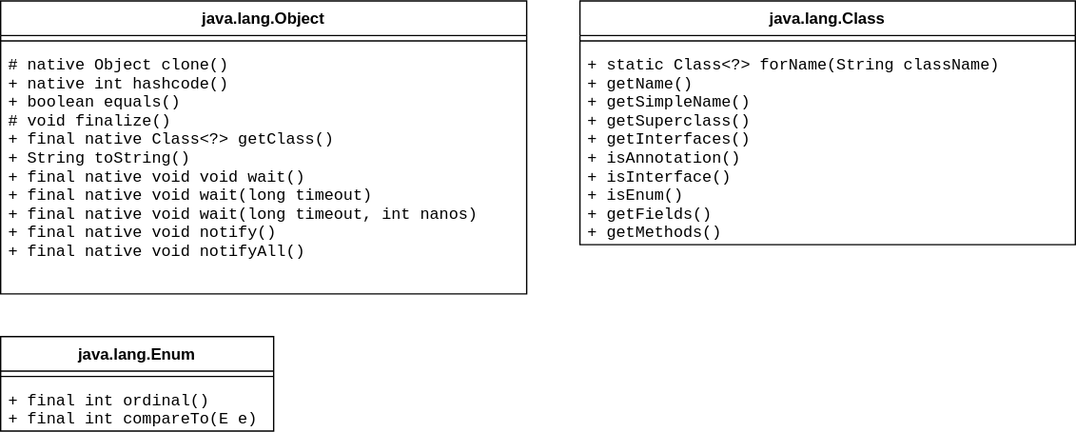
The draw.io diagram files/language/java/class.drawio.svg in yangdj/tf_docs, before a commit. Source tidied: cells renumbered, new cells last; positions are measured from the earlier drawing's top-left corner, leaving out a move shared by most shapes. Its diagram source:
```xml
<mxGraphModel>
  <root>
    <mxCell id="0" />
    <mxCell id="1" parent="0" />
    <mxCell id="2" value="java.lang.Object" style="swimlane;fontStyle=1;align=center;verticalAlign=top;horizontal=1;startSize=26;" parent="1" vertex="1">
      <mxGeometry width="395" height="220" as="geometry" />
    </mxCell>
    <mxCell id="3" style="line;strokeWidth=1;fillColor=none;align=left;verticalAlign=middle;spacingTop=-1;spacingLeft=3;spacingRight=3;labelPosition=right;" parent="2" vertex="1">
      <mxGeometry y="26" width="395" height="8" as="geometry" />
    </mxCell>
    <mxCell id="4" value="# native Object clone()&#10;+ native int hashcode()&#10;+ boolean equals()&#10;# void finalize()&#10;+ final native Class&lt;?&gt; getClass()&#10;+ String toString()&#10;+ final native void void wait()&#10;+ final native void wait(long timeout)&#10;+ final native void wait(long timeout, int nanos)&#10;+ final native void notify()&#10;+ final native void notifyAll()&#10;&#10;&#10;" style="text;strokeColor=none;fillColor=none;align=left;verticalAlign=top;spacingLeft=4;spacingRight=4;overflow=hidden;fontFamily=Courier New;" parent="2" vertex="1">
      <mxGeometry y="34" width="395" height="186" as="geometry" />
    </mxCell>
    <mxCell id="5" value="java.lang.Class" style="swimlane;fontStyle=1;align=center;verticalAlign=top;horizontal=1;startSize=26;" parent="1" vertex="1">
      <mxGeometry x="435" width="372" height="183" as="geometry" />
    </mxCell>
    <mxCell id="6" style="line;strokeWidth=1;fillColor=none;align=left;verticalAlign=middle;spacingTop=-1;spacingLeft=3;spacingRight=3;labelPosition=right;" parent="5" vertex="1">
      <mxGeometry y="26" width="372" height="8" as="geometry" />
    </mxCell>
    <mxCell id="7" value="+ static Class&lt;?&gt; forName(String className)&#10;+ getName()&#10;+ getSimpleName()&#10;+ getSuperclass()&#10;+ getInterfaces()&#10;+ isAnnotation()&#10;+ isInterface()&#10;+ isEnum()&#10;+ getFields()&#10;+ getMethods()" style="text;strokeColor=none;fillColor=none;align=left;verticalAlign=top;spacingLeft=4;spacingRight=4;overflow=hidden;fontFamily=Courier New;" parent="5" vertex="1">
      <mxGeometry y="34" width="372" height="149" as="geometry" />
    </mxCell>
    <mxCell id="8" value="java.lang.Enum" style="swimlane;fontStyle=1;align=center;verticalAlign=top;horizontal=1;startSize=26;spacingBottom=8;" parent="1" vertex="1">
      <mxGeometry y="252" width="205" height="71" as="geometry" />
    </mxCell>
    <mxCell id="9" style="line;strokeWidth=1;fillColor=none;align=left;verticalAlign=middle;spacingTop=-1;spacingLeft=3;spacingRight=3;labelPosition=right;" parent="8" vertex="1">
      <mxGeometry y="26" width="205" height="8" as="geometry" />
    </mxCell>
    <mxCell id="10" value="+ final int ordinal()&#10;+ final int compareTo(E e)&#10;" style="text;strokeColor=none;fillColor=none;align=left;verticalAlign=top;spacingLeft=4;spacingRight=4;overflow=hidden;fontFamily=Courier New;spacingBottom=5;" parent="8" vertex="1">
      <mxGeometry y="34" width="205" height="37" as="geometry" />
    </mxCell>
  </root>
</mxGraphModel>
```
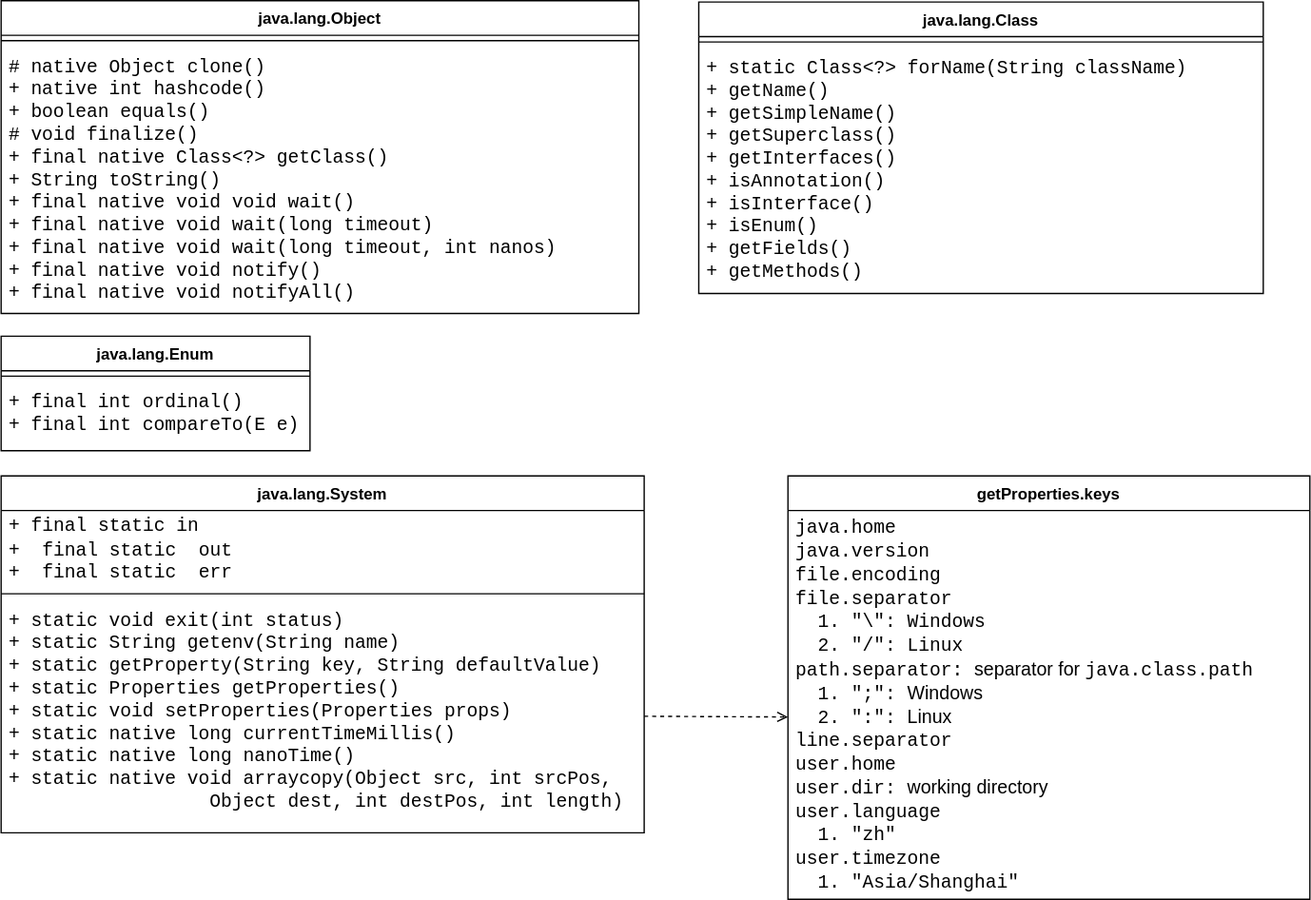
After the commit.

Change to the diagram source:
```diff
@@ -3,31 +3,52 @@
     <mxCell id="0" />
     <mxCell id="1" parent="0" />
     <mxCell id="2" value="java.lang.Object" style="swimlane;fontStyle=1;align=center;verticalAlign=top;horizontal=1;startSize=26;" parent="1" vertex="1">
-      <mxGeometry width="395" height="220" as="geometry" />
+      <mxGeometry width="479" height="235" as="geometry" />
     </mxCell>
     <mxCell id="3" style="line;strokeWidth=1;fillColor=none;align=left;verticalAlign=middle;spacingTop=-1;spacingLeft=3;spacingRight=3;labelPosition=right;" parent="2" vertex="1">
-      <mxGeometry y="26" width="395" height="8" as="geometry" />
+      <mxGeometry y="26" width="479" height="8" as="geometry" />
     </mxCell>
-    <mxCell id="4" value="# native Object clone()&#10;+ native int hashcode()&#10;+ boolean equals()&#10;# void finalize()&#10;+ final native Class&lt;?&gt; getClass()&#10;+ String toString()&#10;+ final native void void wait()&#10;+ final native void wait(long timeout)&#10;+ final native void wait(long timeout, int nanos)&#10;+ final native void notify()&#10;+ final native void notifyAll()&#10;&#10;&#10;" style="text;strokeColor=none;fillColor=none;align=left;verticalAlign=top;spacingLeft=4;spacingRight=4;overflow=hidden;fontFamily=Courier New;" parent="2" vertex="1">
-      <mxGeometry y="34" width="395" height="186" as="geometry" />
+    <mxCell id="4" value="# native Object clone()&#10;+ native int hashcode()&#10;+ boolean equals()&#10;# void finalize()&#10;+ final native Class&lt;?&gt; getClass()&#10;+ String toString()&#10;+ final native void void wait()&#10;+ final native void wait(long timeout)&#10;+ final native void wait(long timeout, int nanos)&#10;+ final native void notify()&#10;+ final native void notifyAll()&#10;&#10;&#10;" style="text;strokeColor=none;fillColor=none;align=left;verticalAlign=top;spacingLeft=4;spacingRight=4;overflow=hidden;fontFamily=Courier New;fontSize=14;" parent="2" vertex="1">
+      <mxGeometry y="34" width="479" height="201" as="geometry" />
     </mxCell>
+    <mxCell id="8" value="java.lang.Enum" style="swimlane;fontStyle=1;align=center;verticalAlign=top;horizontal=1;startSize=26;spacingBottom=8;" parent="1" vertex="1">
+      <mxGeometry y="252" width="232" height="86" as="geometry" />
+    </mxCell>
+    <mxCell id="9" style="line;strokeWidth=1;fillColor=none;align=left;verticalAlign=middle;spacingTop=-1;spacingLeft=3;spacingRight=3;labelPosition=right;" parent="8" vertex="1">
+      <mxGeometry y="26" width="232" height="8" as="geometry" />
+    </mxCell>
+    <mxCell id="10" value="+ final int ordinal()&#10;+ final int compareTo(E e)&#10;" style="text;strokeColor=none;fillColor=none;align=left;verticalAlign=top;spacingLeft=4;spacingRight=4;overflow=hidden;fontFamily=Courier New;spacingBottom=5;fontSize=14;" parent="8" vertex="1">
+      <mxGeometry y="34" width="232" height="52" as="geometry" />
+    </mxCell>
     <mxCell id="5" value="java.lang.Class" style="swimlane;fontStyle=1;align=center;verticalAlign=top;horizontal=1;startSize=26;" parent="1" vertex="1">
-      <mxGeometry x="435" width="372" height="183" as="geometry" />
+      <mxGeometry x="524" y="1" width="424" height="219" as="geometry" />
     </mxCell>
     <mxCell id="6" style="line;strokeWidth=1;fillColor=none;align=left;verticalAlign=middle;spacingTop=-1;spacingLeft=3;spacingRight=3;labelPosition=right;" parent="5" vertex="1">
-      <mxGeometry y="26" width="372" height="8" as="geometry" />
+      <mxGeometry y="26" width="424" height="8" as="geometry" />
     </mxCell>
-    <mxCell id="7" value="+ static Class&lt;?&gt; forName(String className)&#10;+ getName()&#10;+ getSimpleName()&#10;+ getSuperclass()&#10;+ getInterfaces()&#10;+ isAnnotation()&#10;+ isInterface()&#10;+ isEnum()&#10;+ getFields()&#10;+ getMethods()" style="text;strokeColor=none;fillColor=none;align=left;verticalAlign=top;spacingLeft=4;spacingRight=4;overflow=hidden;fontFamily=Courier New;" parent="5" vertex="1">
-      <mxGeometry y="34" width="372" height="149" as="geometry" />
+    <mxCell id="7" value="+ static Class&lt;?&gt; forName(String className)&#10;+ getName()&#10;+ getSimpleName()&#10;+ getSuperclass()&#10;+ getInterfaces()&#10;+ isAnnotation()&#10;+ isInterface()&#10;+ isEnum()&#10;+ getFields()&#10;+ getMethods()" style="text;strokeColor=none;fillColor=none;align=left;verticalAlign=top;spacingLeft=4;spacingRight=4;overflow=hidden;fontFamily=Courier New;fontSize=14;" parent="5" vertex="1">
+      <mxGeometry y="34" width="424" height="185" as="geometry" />
     </mxCell>
-    <mxCell id="8" value="java.lang.Enum" style="swimlane;fontStyle=1;align=center;verticalAlign=top;horizontal=1;startSize=26;spacingBottom=8;" parent="1" vertex="1">
-      <mxGeometry y="252" width="205" height="71" as="geometry" />
-    </mxCell>
-    <mxCell id="9" style="line;strokeWidth=1;fillColor=none;align=left;verticalAlign=middle;spacingTop=-1;spacingLeft=3;spacingRight=3;labelPosition=right;" parent="8" vertex="1">
-      <mxGeometry y="26" width="205" height="8" as="geometry" />
-    </mxCell>
-    <mxCell id="10" value="+ final int ordinal()&#10;+ final int compareTo(E e)&#10;" style="text;strokeColor=none;fillColor=none;align=left;verticalAlign=top;spacingLeft=4;spacingRight=4;overflow=hidden;fontFamily=Courier New;spacingBottom=5;" parent="8" vertex="1">
-      <mxGeometry y="34" width="205" height="37" as="geometry" />
-    </mxCell>
+    <mxCell id="11" style="endArrow=open;endFill=1;endSize=6;html=1;dashed=1;exitX=1;exitY=0.5;exitDx=0;exitDy=0;entryX=0;entryY=0.531;entryDx=0;entryDy=0;entryPerimeter=0;startSize=6;" parent="1" edge="1" source="15" target="17">
+      <mxGeometry relative="1" as="geometry" />
+    </mxCell>
+    <mxCell id="12" value="java.lang.System" style="swimlane;fontStyle=1;align=center;verticalAlign=top;horizontal=1;startSize=26;" parent="1" vertex="1">
+      <mxGeometry y="357" width="483" height="268" as="geometry" />
+    </mxCell>
+    <mxCell id="13" value="&lt;font face=&quot;Courier New&quot; style=&quot;font-size: 14px;&quot;&gt;+ final static in&lt;br style=&quot;font-size: 14px;&quot;&gt;+&amp;nbsp;&lt;/font&gt;&lt;span style=&quot;font-family: &amp;quot;courier new&amp;quot;; font-size: 14px;&quot;&gt;final static&amp;nbsp;&lt;/span&gt;&lt;font face=&quot;Courier New&quot; style=&quot;font-size: 14px;&quot;&gt;out&lt;br style=&quot;font-size: 14px;&quot;&gt;+&amp;nbsp;&lt;/font&gt;&lt;span style=&quot;font-family: &amp;quot;courier new&amp;quot;; font-size: 14px;&quot;&gt;final static&amp;nbsp;&lt;/span&gt;&lt;font face=&quot;Courier New&quot; style=&quot;font-size: 14px;&quot;&gt;err&lt;/font&gt;" style="text;html=1;align=left;verticalAlign=middle;spacingLeft=4;fontSize=14;" parent="12" vertex="1">
+      <mxGeometry y="26" width="483" height="58" as="geometry" />
+    </mxCell>
+    <mxCell id="14" style="line;strokeWidth=1;fillColor=none;align=left;verticalAlign=middle;spacingTop=-1;spacingLeft=3;spacingRight=3;labelPosition=right;" parent="12" vertex="1">
+      <mxGeometry y="84" width="483" height="9" as="geometry" />
+    </mxCell>
+    <mxCell id="15" value="+ static void exit(int status)&#10;+ static String getenv(String name)&#10;+ static getProperty(String key, String defaultValue)&#10;+ static Properties getProperties()&#10;+ static void setProperties(Properties props)&#10;+ static native long currentTimeMillis()&#10;+ static native long nanoTime()&#10;+ static native void arraycopy(Object src, int srcPos,&#10;                  Object dest, int destPos, int length) " style="text;strokeColor=none;fillColor=none;align=left;verticalAlign=top;spacingLeft=4;spacingRight=4;overflow=hidden;points=[[0,0.5],[1,0.5]];portConstraint=eastwest;fontStyle=0;fontFamily=Courier New;fontSize=14;" parent="12" vertex="1">
+      <mxGeometry y="93" width="483" height="175" as="geometry" />
+    </mxCell>
+    <mxCell id="16" value="getProperties.keys" style="swimlane;fontStyle=1;align=center;verticalAlign=top;horizontal=1;startSize=26;" parent="1" vertex="1">
+      <mxGeometry x="591" y="357" width="392" height="318" as="geometry" />
+    </mxCell>
+    <mxCell id="17" value="&lt;span style=&quot;font-family: &amp;#34;courier new&amp;#34;&quot;&gt;java.home&lt;/span&gt;&lt;br&gt;&lt;span style=&quot;font-family: &amp;#34;courier new&amp;#34;&quot;&gt;java.version&lt;/span&gt;&lt;br&gt;&lt;span style=&quot;font-family: &amp;#34;courier new&amp;#34;&quot;&gt;file.encoding&lt;/span&gt;&lt;br&gt;&lt;span style=&quot;font-family: &amp;#34;courier new&amp;#34;&quot;&gt;file.separator&lt;br&gt;&amp;nbsp; 1. &quot;\&quot;: Windows&lt;br&gt;&amp;nbsp; 2. &quot;/&quot;: Linux&lt;br&gt;&lt;/span&gt;&lt;span style=&quot;font-family: &amp;#34;courier new&amp;#34;&quot;&gt;path.separator: &lt;/span&gt;separator for&lt;span style=&quot;font-family: &amp;#34;courier new&amp;#34;&quot;&gt; java.class.path&lt;br&gt;&lt;/span&gt;&lt;font face=&quot;Courier New&quot;&gt;&amp;nbsp; 1. &quot;;&quot;: &lt;/font&gt;Windows&lt;br&gt;&lt;font face=&quot;Courier New&quot;&gt;&amp;nbsp; 2. &quot;:&quot;: &lt;/font&gt;Linux&lt;br&gt;&lt;font face=&quot;courier new&quot;&gt;line.separator&lt;br&gt;user.home&lt;br&gt;user.dir: &lt;/font&gt;working directory&lt;br&gt;&lt;font face=&quot;courier new&quot;&gt;user.language&lt;/font&gt;&lt;br&gt;&lt;font face=&quot;courier new&quot;&gt;&amp;nbsp; 1. &quot;zh&quot;&lt;/font&gt;&lt;br&gt;&lt;font face=&quot;courier new&quot;&gt;user.timezone&lt;/font&gt;&lt;br&gt;&lt;font face=&quot;courier new&quot;&gt;&amp;nbsp; 1. &quot;Asia/Shanghai&quot;&lt;/font&gt;&lt;br&gt;" style="text;html=1;align=left;verticalAlign=middle;points=[];spacingLeft=4;fontSize=14;" parent="16" vertex="1">
+      <mxGeometry y="26" width="392" height="292" as="geometry" />
+    </mxCell>
   </root>
 </mxGraphModel>
```
